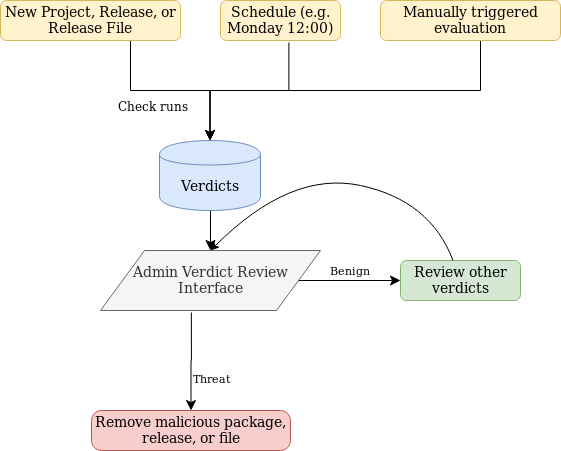
Above: docs/_static/verdict-lifecycle.png in pypi/warehouse (draw.io), before the change. Source tidied: cells renumbered, new cells last; positions are measured from the earlier drawing's top-left corner, leaving out a move shared by most shapes.
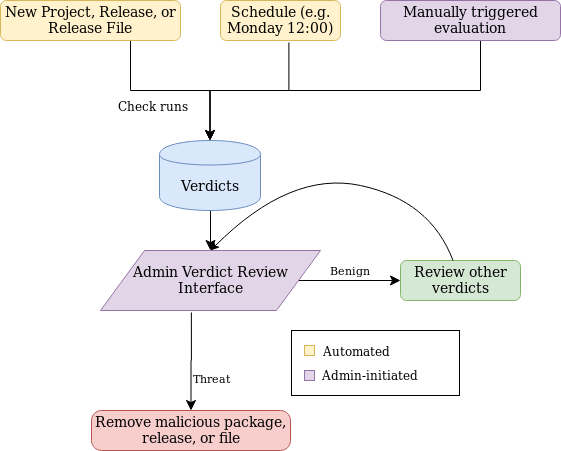
Later version of the same file.

Commit message:
Code review changes

What changed in the source:
```diff
@@ -44,7 +44,7 @@
     <mxCell id="11" value="Check runs" style="text;html=1;fontSize=12;" parent="1" vertex="1">
       <mxGeometry x="116" y="92" width="50" height="30" as="geometry" />
     </mxCell>
-    <mxCell id="12" value="&lt;font style=&quot;font-size: 14px;&quot;&gt;Admin Verdict Review Interface&lt;/font&gt;" style="shape=parallelogram;perimeter=parallelogramPerimeter;whiteSpace=wrap;html=1;fillColor=#f5f5f5;strokeColor=#666666;fontColor=#333333;fontSize=14;" parent="1" vertex="1">
+    <mxCell id="12" value="&lt;font style=&quot;font-size: 14px;&quot;&gt;Admin Verdict Review Interface&lt;/font&gt;" style="shape=parallelogram;perimeter=parallelogramPerimeter;whiteSpace=wrap;html=1;fillColor=#e1d5e7;strokeColor=#9673a6;fontSize=14;" parent="1" vertex="1">
       <mxGeometry x="100" y="250" width="220" height="60" as="geometry" />
     </mxCell>
     <mxCell id="13" style="curved=1;endArrow=classic;html=1;entryX=0.5;entryY=0;entryDx=0;entryDy=0;" parent="1" edge="1" source="8" target="12">
@@ -63,11 +63,26 @@
         </Array>
       </mxGeometry>
     </mxCell>
-    <mxCell id="15" value="Manually triggered evaluation" style="rounded=1;whiteSpace=wrap;html=1;fontSize=14;glass=0;strokeWidth=1;shadow=0;fillColor=#fff2cc;strokeColor=#d6b656;" parent="1" vertex="1">
+    <mxCell id="15" value="Manually triggered evaluation" style="rounded=1;whiteSpace=wrap;html=1;fontSize=14;glass=0;strokeWidth=1;shadow=0;fillColor=#e1d5e7;strokeColor=#9673a6;" parent="1" vertex="1">
       <mxGeometry x="380" width="180" height="40" as="geometry" />
     </mxCell>
     <mxCell id="16" value="Verdicts" style="shape=cylinder;whiteSpace=wrap;html=1;boundedLbl=1;backgroundOutline=1;fontSize=14;fillColor=#dae8fc;strokeColor=#6c8ebf;" parent="1" vertex="1">
       <mxGeometry x="159" y="140" width="101" height="70" as="geometry" />
     </mxCell>
+    <mxCell id="17" style="rounded=0;whiteSpace=wrap;html=1;" parent="1" vertex="1">
+      <mxGeometry x="291" y="330" width="168" height="65" as="geometry" />
+    </mxCell>
+    <mxCell id="18" style="whiteSpace=wrap;html=1;fillColor=#e1d5e7;strokeColor=#9673a6;" parent="1" vertex="1">
+      <mxGeometry x="304" y="370" width="10" height="10" as="geometry" />
+    </mxCell>
+    <mxCell id="19" style="whiteSpace=wrap;html=1;fillColor=#fff2cc;strokeColor=#d6b656;" parent="1" vertex="1">
+      <mxGeometry x="304" y="345" width="10" height="10" as="geometry" />
+    </mxCell>
+    <mxCell id="20" value="Automated" style="text;html=1;strokeColor=none;fillColor=none;align=center;verticalAlign=middle;whiteSpace=wrap;rounded=0;" parent="1" vertex="1">
+      <mxGeometry x="276" y="350" width="160" as="geometry" />
+    </mxCell>
+    <mxCell id="21" value="Admin-initiated" style="text;html=1;strokeColor=none;fillColor=none;align=center;verticalAlign=middle;whiteSpace=wrap;rounded=0;" parent="1" vertex="1">
+      <mxGeometry x="290" y="374" width="160" as="geometry" />
+    </mxCell>
   </root>
 </mxGraphModel>
```
